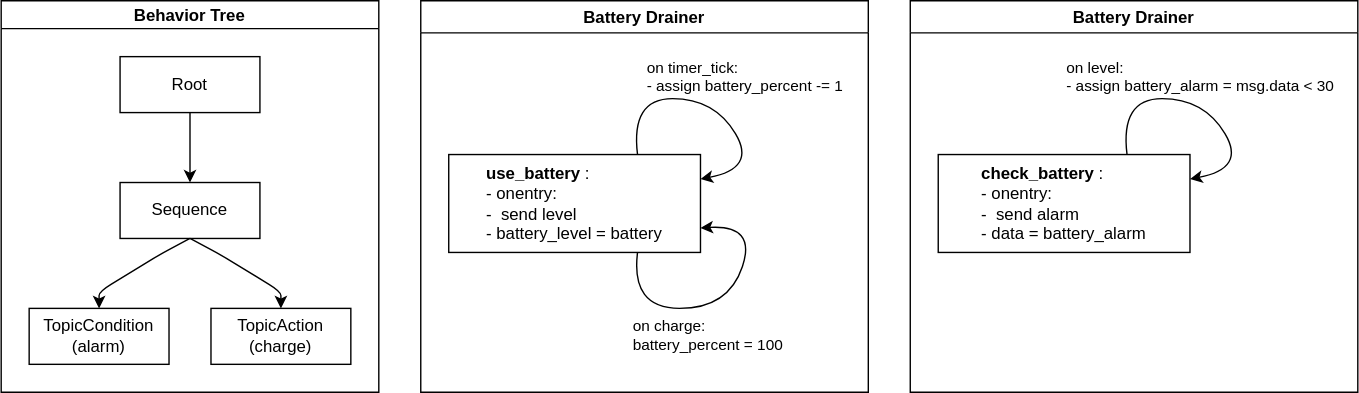
Before: docs/source/graphics/scxml_tutorial_ros_example_w_bt.drawio.svg, a diagram exported from draw.io (convince-project/AS2FM). Source tidied: cells renumbered, new cells last; positions are measured from the earlier drawing's top-left corner, leaving out a move shared by most shapes. Its diagram source:
```xml
<mxGraphModel>
  <root>
    <mxCell id="0" />
    <mxCell id="1" parent="0" />
    <mxCell id="2" value="Behavior Tree" style="swimlane;startSize=20;horizontal=1;flowOrientation=north;interRankCellSpacing=50;containerType=tree;fontSize=12;" parent="1" vertex="1">
      <mxGeometry width="270" height="280" as="geometry" />
    </mxCell>
    <mxCell id="3" value="Root" style="whiteSpace=wrap;html=1;" parent="2" vertex="1">
      <mxGeometry x="85" y="40" width="100" height="40" as="geometry" />
    </mxCell>
    <mxCell id="4" value="Sequence" style="whiteSpace=wrap;html=1;" parent="2" vertex="1">
      <mxGeometry x="85" y="130" width="100" height="40" as="geometry" />
    </mxCell>
    <mxCell id="5" style="html=1;rounded=1;curved=0;sourcePerimeterSpacing=0;targetPerimeterSpacing=0;startSize=6;endSize=6;noEdgeStyle=1;orthogonal=1;" parent="2" edge="1" source="3" target="4">
      <mxGeometry relative="1" as="geometry">
        <Array as="points">
          <mxPoint x="135" y="92" />
          <mxPoint x="135" y="118" />
        </Array>
      </mxGeometry>
    </mxCell>
    <mxCell id="6" style="html=1;rounded=1;curved=0;sourcePerimeterSpacing=0;targetPerimeterSpacing=0;startSize=6;endSize=6;noEdgeStyle=1;orthogonal=1;entryX=0.5;entryY=0;entryDx=0;entryDy=0;exitX=0.5;exitY=1;exitDx=0;exitDy=0;" parent="2" edge="1" source="4" target="7">
      <mxGeometry relative="1" as="geometry">
        <Array as="points">
          <mxPoint x="157.5" y="182" />
          <mxPoint x="200" y="208" />
        </Array>
      </mxGeometry>
    </mxCell>
    <mxCell id="7" value="TopicAction&lt;br&gt;(charge)" style="whiteSpace=wrap;html=1;" parent="2" vertex="1">
      <mxGeometry x="150" y="220" width="100" height="40" as="geometry" />
    </mxCell>
    <mxCell id="8" value="TopicCondition&lt;br&gt;(alarm)" style="whiteSpace=wrap;html=1;" parent="2" vertex="1">
      <mxGeometry x="20" y="220" width="100" height="40" as="geometry" />
    </mxCell>
    <mxCell id="9" style="edgeStyle=none;html=1;exitX=0.5;exitY=1;exitDx=0;exitDy=0;entryX=0.5;entryY=0;entryDx=0;entryDy=0;noEdgeStyle=1;orthogonal=1;" parent="2" edge="1" source="4" target="8">
      <mxGeometry relative="1" as="geometry">
        <Array as="points">
          <mxPoint x="112.5" y="182" />
          <mxPoint x="70" y="208" />
        </Array>
      </mxGeometry>
    </mxCell>
    <mxCell id="10" value="Battery Drainer" style="swimlane;" parent="1" vertex="1">
      <mxGeometry x="300" width="320" height="280" as="geometry" />
    </mxCell>
    <mxCell id="11" value="&lt;div style=&quot;text-align: left;&quot;&gt;&lt;span style=&quot;background-color: initial;&quot;&gt;&lt;b&gt;use_battery&lt;/b&gt;:&lt;/span&gt;&lt;/div&gt;&lt;div style=&quot;text-align: left;&quot;&gt;&lt;span style=&quot;background-color: initial;&quot;&gt;- onentry:&lt;/span&gt;&lt;/div&gt;&lt;div style=&quot;text-align: left;&quot;&gt;&lt;span style=&quot;background-color: initial;&quot;&gt;&amp;nbsp; -&amp;nbsp; send level&lt;/span&gt;&lt;/div&gt;&lt;div style=&quot;text-align: left;&quot;&gt;&lt;span style=&quot;background-color: initial;&quot;&gt;&amp;nbsp; &amp;nbsp; - battery_level = battery&lt;/span&gt;&lt;/div&gt;" style="rounded=0;whiteSpace=wrap;html=1;" parent="10" vertex="1">
      <mxGeometry x="20" y="110" width="180" height="70" as="geometry" />
    </mxCell>
    <mxCell id="12" value="on timer_tick:&lt;br&gt;&lt;div style=&quot;&quot;&gt;- assign battery_percent -= 1&lt;/div&gt;" style="edgeStyle=none;html=1;exitX=0.75;exitY=0;exitDx=0;exitDy=0;entryX=1;entryY=0.25;entryDx=0;entryDy=0;curved=1;align=left;verticalAlign=bottom;" parent="10" edge="1" source="11" target="11">
      <mxGeometry x="-0.5" relative="1" as="geometry">
        <Array as="points">
          <mxPoint x="150" y="70" />
          <mxPoint x="210" y="70" />
          <mxPoint x="240" y="120" />
        </Array>
      </mxGeometry>
    </mxCell>
    <mxCell id="13" value="on charge:&lt;br&gt;battery_percent = 100" style="edgeStyle=none;curved=1;html=1;exitX=0.75;exitY=1;exitDx=0;exitDy=0;entryX=1;entryY=0.75;entryDx=0;entryDy=0;align=left;verticalAlign=top;" parent="10" edge="1" source="11" target="11">
      <mxGeometry x="-0.62" relative="1" as="geometry">
        <Array as="points">
          <mxPoint x="150" y="220" />
          <mxPoint x="220" y="220" />
          <mxPoint x="240" y="160" />
        </Array>
      </mxGeometry>
    </mxCell>
    <mxCell id="14" value="Battery Drainer" style="swimlane;" parent="1" vertex="1">
      <mxGeometry x="650" width="320" height="280" as="geometry" />
    </mxCell>
    <mxCell id="15" value="&lt;div style=&quot;text-align: left;&quot;&gt;&lt;span style=&quot;background-color: initial;&quot;&gt;&lt;b&gt;check_battery&lt;/b&gt;:&lt;/span&gt;&lt;/div&gt;&lt;div style=&quot;text-align: left;&quot;&gt;&lt;span style=&quot;background-color: initial;&quot;&gt;- onentry:&lt;/span&gt;&lt;/div&gt;&lt;div style=&quot;text-align: left;&quot;&gt;&lt;span style=&quot;background-color: initial;&quot;&gt;&amp;nbsp; -&amp;nbsp; send alarm&lt;/span&gt;&lt;/div&gt;&lt;div style=&quot;text-align: left;&quot;&gt;&lt;span style=&quot;background-color: initial;&quot;&gt;&amp;nbsp; &amp;nbsp; - data = battery_alarm&lt;/span&gt;&lt;/div&gt;" style="rounded=0;whiteSpace=wrap;html=1;" parent="14" vertex="1">
      <mxGeometry x="20" y="110" width="180" height="70" as="geometry" />
    </mxCell>
    <mxCell id="16" value="on level:&lt;br&gt;&lt;div style=&quot;&quot;&gt;- assign battery_alarm = msg.data &amp;lt; 30&lt;/div&gt;" style="edgeStyle=none;html=1;exitX=0.75;exitY=0;exitDx=0;exitDy=0;entryX=1;entryY=0.25;entryDx=0;entryDy=0;curved=1;align=left;verticalAlign=bottom;" parent="14" edge="1" source="15" target="15">
      <mxGeometry x="-0.6" y="-40" relative="1" as="geometry">
        <Array as="points">
          <mxPoint x="150" y="70" />
          <mxPoint x="210" y="70" />
          <mxPoint x="240" y="120" />
        </Array>
        <mxPoint x="-40" y="-40" as="offset" />
      </mxGeometry>
    </mxCell>
  </root>
</mxGraphModel>
```
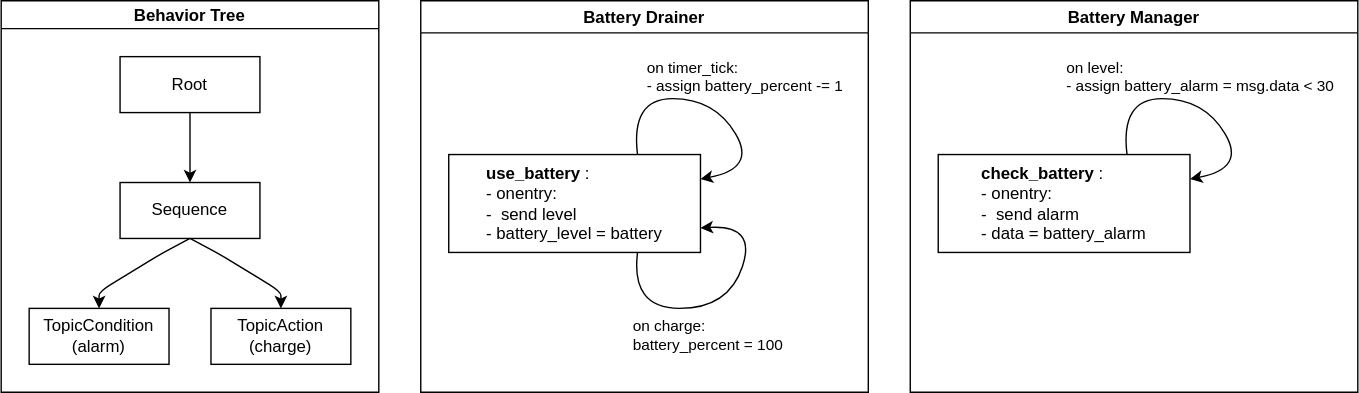
The same file after the commit.

The edit, as a diff of the source:
```diff
@@ -65,7 +65,7 @@
         </Array>
       </mxGeometry>
     </mxCell>
-    <mxCell id="14" value="Battery Drainer" style="swimlane;" parent="1" vertex="1">
+    <mxCell id="14" value="Battery Manager" style="swimlane;" parent="1" vertex="1">
       <mxGeometry x="650" width="320" height="280" as="geometry" />
     </mxCell>
     <mxCell id="15" value="&lt;div style=&quot;text-align: left;&quot;&gt;&lt;span style=&quot;background-color: initial;&quot;&gt;&lt;b&gt;check_battery&lt;/b&gt;:&lt;/span&gt;&lt;/div&gt;&lt;div style=&quot;text-align: left;&quot;&gt;&lt;span style=&quot;background-color: initial;&quot;&gt;- onentry:&lt;/span&gt;&lt;/div&gt;&lt;div style=&quot;text-align: left;&quot;&gt;&lt;span style=&quot;background-color: initial;&quot;&gt;&amp;nbsp; -&amp;nbsp; send alarm&lt;/span&gt;&lt;/div&gt;&lt;div style=&quot;text-align: left;&quot;&gt;&lt;span style=&quot;background-color: initial;&quot;&gt;&amp;nbsp; &amp;nbsp; - data = battery_alarm&lt;/span&gt;&lt;/div&gt;" style="rounded=0;whiteSpace=wrap;html=1;" parent="14" vertex="1">
```
